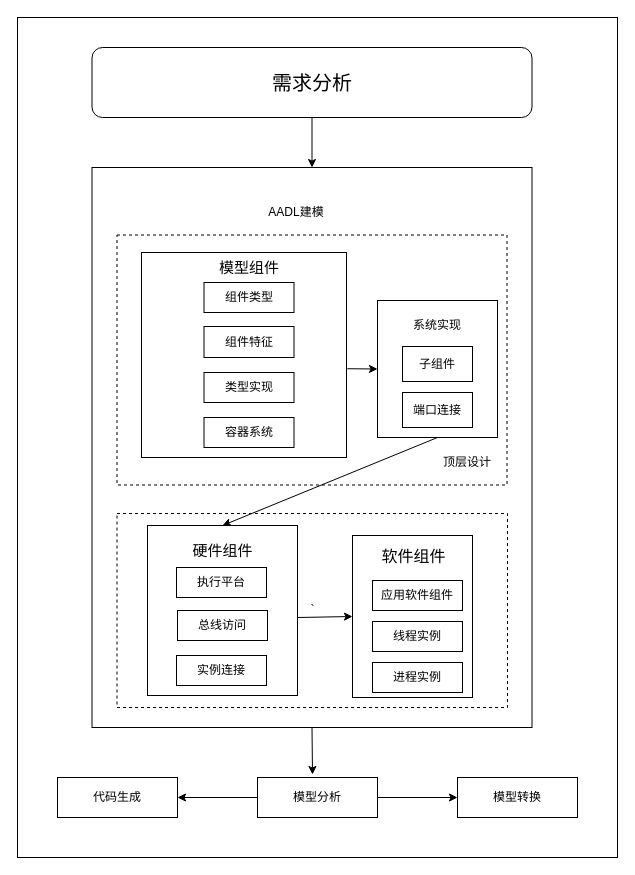
Before: AADL.drawio in taiwensaf/alisa-examples, a draw.io diagram. Source tidied: cells renumbered, new cells numbered last; positions are measured from the earlier drawing's top-left corner, leaving out a move shared by most shapes. Both pictures are drawn from the tidied source at 100%, with x=0, y=0 at pixel (17, 17).
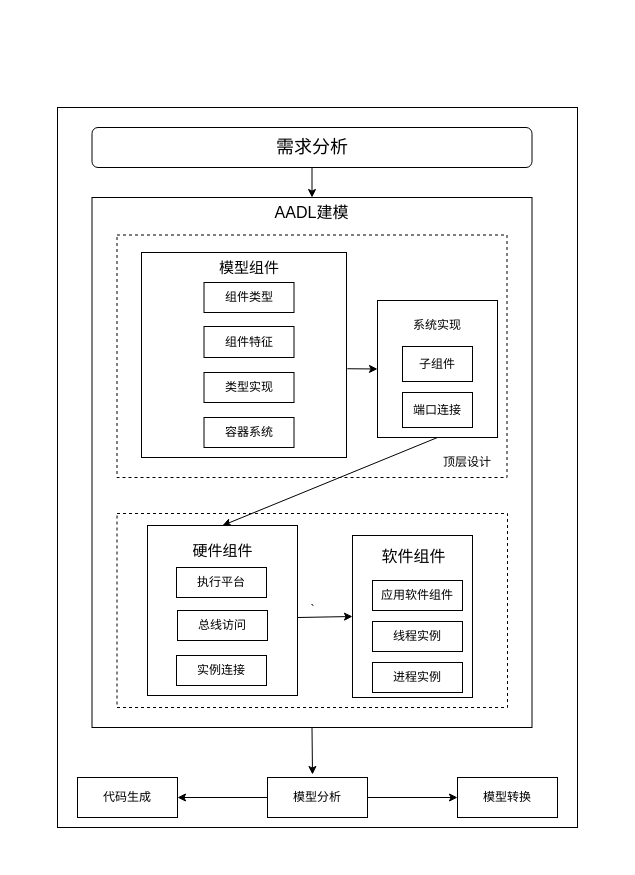
After the change.

Change to the diagram source:
```diff
@@
     <mxCell id="2" style="rounded=0;whiteSpace=wrap;html=1;" parent="1" vertex="1">
-      <mxGeometry width="600" height="840" as="geometry" />
+      <mxGeometry x="40" y="90" width="520" height="720" as="geometry" />
     </mxCell>
     <mxCell id="3" style="rounded=0;whiteSpace=wrap;html=1;" parent="1" vertex="1">
-      <mxGeometry x="74.5" y="150" width="440" height="560" as="geometry" />
+      <mxGeometry x="74.5" y="180" width="440" height="530" as="geometry" />
     </mxCell>
@@
-    <mxCell id="6" value="&lt;font style=&quot;font-size: 20px;&quot;&gt;需求分析&lt;/font&gt;" style="rounded=1;whiteSpace=wrap;html=1;" parent="1" vertex="1">
-      <mxGeometry x="74.5" y="30" width="440" height="70" as="geometry" />
+    <mxCell id="6" value="&lt;font style=&quot;font-size: 18px;&quot;&gt;需求分析&lt;/font&gt;" style="rounded=1;whiteSpace=wrap;html=1;" parent="1" vertex="1">
+      <mxGeometry x="74.5" y="110" width="440" height="40" as="geometry" />
     </mxCell>
-    <mxCell id="7" value="AADL建模" style="text;html=1;align=center;verticalAlign=middle;whiteSpace=wrap;rounded=0;" parent="1" vertex="1">
-      <mxGeometry x="249" y="180" width="60" height="30" as="geometry" />
+    <mxCell id="7" value="&lt;font style=&quot;font-size: 16px;&quot;&gt;AADL建模&lt;/font&gt;" style="text;html=1;align=center;verticalAlign=middle;whiteSpace=wrap;rounded=0;" parent="1" vertex="1">
+      <mxGeometry x="254" y="180" width="81" height="30" as="geometry" />
     </mxCell>
     <mxCell id="8" style="rounded=0;whiteSpace=wrap;html=1;dashed=1;" parent="1" vertex="1">
-      <mxGeometry x="99.5" y="217.5" width="390" height="250" as="geometry" />
+      <mxGeometry x="99.5" y="217.5" width="390" height="242.5" as="geometry" />
     </mxCell>
@@
     <mxCell id="37" value="模型分析" style="rounded=0;whiteSpace=wrap;html=1;" parent="1" vertex="1">
-      <mxGeometry x="240" y="760" width="120" height="40" as="geometry" />
+      <mxGeometry x="250" y="760" width="100" height="40" as="geometry" />
     </mxCell>
     <mxCell id="38" value="代码生成" style="whiteSpace=wrap;html=1;rounded=0;" parent="1" vertex="1">
-      <mxGeometry x="40" y="760" width="120" height="40" as="geometry" />
+      <mxGeometry x="60" y="760" width="100" height="40" as="geometry" />
     </mxCell>
     <mxCell id="39" value="模型转换" style="whiteSpace=wrap;html=1;rounded=0;" parent="1" vertex="1">
-      <mxGeometry x="440" y="760" width="120" height="40" as="geometry" />
+      <mxGeometry x="440" y="760" width="100" height="40" as="geometry" />
     </mxCell>
```
